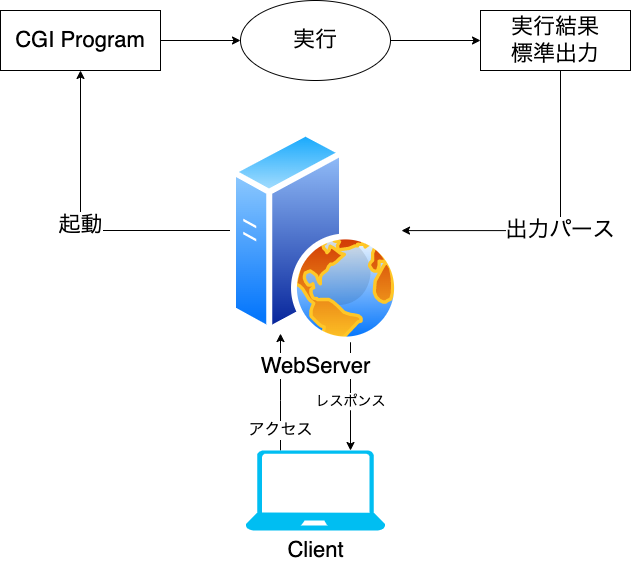
The draw.io diagram cgi-image.drawio.png in public-jun/figure, before a commit. Source tidied: cells renumbered, new cells last; positions are measured from the earlier drawing's top-left corner, leaving out a move shared by most shapes. Source of this version:
```xml
<mxGraphModel>
  <root>
    <mxCell id="0" />
    <mxCell id="1" parent="0" />
    <mxCell id="2" value="アクセス" style="edgeStyle=orthogonalEdgeStyle;rounded=0;jettySize=auto;html=1;fontSize=16;" parent="1" edge="1" source="3" target="7">
      <mxGeometry x="-0.66" relative="1" as="geometry">
        <Array as="points">
          <mxPoint x="280" y="400" />
          <mxPoint x="280" y="400" />
        </Array>
      </mxGeometry>
    </mxCell>
    <mxCell id="3" value="Client" style="verticalLabelPosition=bottom;html=1;verticalAlign=top;align=center;strokeColor=none;fillColor=#00BEF2;shape=mxgraph.azure.laptop;fontSize=22;" parent="1" vertex="1">
      <mxGeometry x="245" y="450" width="140" height="80" as="geometry" />
    </mxCell>
    <mxCell id="4" value="起動" style="edgeStyle=orthogonalEdgeStyle;rounded=0;jettySize=auto;html=1;entryX=0.5;entryY=1;entryDx=0;entryDy=0;fontSize=22;" parent="1" edge="1" source="7" target="9">
      <mxGeometry relative="1" as="geometry">
        <Array as="points">
          <mxPoint x="80" y="230" />
        </Array>
      </mxGeometry>
    </mxCell>
    <mxCell id="5" style="edgeStyle=orthogonalEdgeStyle;rounded=0;jettySize=auto;html=1;fontSize=22;" parent="1" edge="1" source="7" target="3">
      <mxGeometry relative="1" as="geometry">
        <Array as="points">
          <mxPoint x="350" y="410" />
          <mxPoint x="350" y="410" />
        </Array>
      </mxGeometry>
    </mxCell>
    <mxCell id="6" value="レスポンス" style="edgeLabel;html=1;align=center;verticalAlign=middle;fontSize=14;" parent="5" vertex="1">
      <mxGeometry x="0.33" y="-1" relative="1" as="geometry">
        <mxPoint y="-11" as="offset" />
      </mxGeometry>
    </mxCell>
    <mxCell id="7" value="WebServer" style="perimeter=ellipsePerimeter;html=1;align=center;shadow=0;dashed=0;spacingTop=3;image;image=img/lib/active_directory/web_server.svg;fontSize=22;" parent="1" vertex="1">
      <mxGeometry x="230" y="130" width="170" height="212.5" as="geometry" />
    </mxCell>
    <mxCell id="8" style="edgeStyle=orthogonalEdgeStyle;rounded=0;jettySize=auto;html=1;fontSize=22;" parent="1" edge="1" source="9" target="11">
      <mxGeometry relative="1" as="geometry" />
    </mxCell>
    <mxCell id="9" value="CGI Program" style="rounded=0;whiteSpace=wrap;html=1;fontSize=22;" parent="1" vertex="1">
      <mxGeometry y="10" width="160" height="60" as="geometry" />
    </mxCell>
    <mxCell id="10" style="edgeStyle=orthogonalEdgeStyle;rounded=0;jettySize=auto;html=1;fontSize=22;" parent="1" edge="1" source="11" target="13">
      <mxGeometry relative="1" as="geometry" />
    </mxCell>
    <mxCell id="11" value="実行" style="ellipse;whiteSpace=wrap;html=1;fontSize=22;rounded=0;" parent="1" vertex="1">
      <mxGeometry x="240" width="150" height="80" as="geometry" />
    </mxCell>
    <mxCell id="12" value="出力パース" style="edgeStyle=orthogonalEdgeStyle;rounded=0;jettySize=auto;html=1;entryX=1.006;entryY=0.471;entryDx=0;entryDy=0;entryPerimeter=0;fontSize=22;" parent="1" edge="1" source="13" target="7">
      <mxGeometry relative="1" as="geometry">
        <Array as="points">
          <mxPoint x="560" y="230" />
        </Array>
      </mxGeometry>
    </mxCell>
    <mxCell id="13" value="実行結果&lt;br&gt;標準出力" style="whiteSpace=wrap;html=1;fontSize=22;rounded=0;" parent="1" vertex="1">
      <mxGeometry x="480" y="10" width="150" height="60" as="geometry" />
    </mxCell>
  </root>
</mxGraphModel>
```
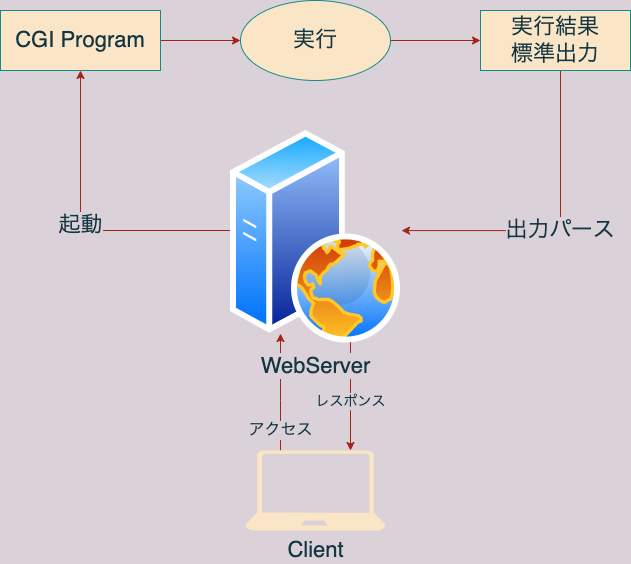
The same file after the commit.

Change to the diagram source:
```diff
@@ -1,8 +1,8 @@
-<mxGraphModel>
+<mxGraphModel background="#DAD2D8">
   <root>
     <mxCell id="0" />
     <mxCell id="1" parent="0" />
-    <mxCell id="2" value="アクセス" style="edgeStyle=orthogonalEdgeStyle;rounded=0;jettySize=auto;html=1;fontSize=16;" parent="1" edge="1" source="3" target="7">
+    <mxCell id="2" value="アクセス" style="edgeStyle=orthogonalEdgeStyle;rounded=0;jettySize=auto;html=1;fontSize=16;labelBackgroundColor=#DAD2D8;strokeColor=#A8201A;fontColor=#143642;" parent="1" edge="1" source="3" target="7">
       <mxGeometry x="-0.66" relative="1" as="geometry">
         <Array as="points">
           <mxPoint x="280" y="400" />
@@ -10,17 +10,17 @@
         </Array>
       </mxGeometry>
     </mxCell>
-    <mxCell id="3" value="Client" style="verticalLabelPosition=bottom;html=1;verticalAlign=top;align=center;strokeColor=none;fillColor=#00BEF2;shape=mxgraph.azure.laptop;fontSize=22;" parent="1" vertex="1">
+    <mxCell id="3" value="Client" style="verticalLabelPosition=bottom;html=1;verticalAlign=top;align=center;strokeColor=none;fillColor=#FAE5C7;shape=mxgraph.azure.laptop;fontSize=22;fontColor=#143642;" parent="1" vertex="1">
       <mxGeometry x="245" y="450" width="140" height="80" as="geometry" />
     </mxCell>
-    <mxCell id="4" value="起動" style="edgeStyle=orthogonalEdgeStyle;rounded=0;jettySize=auto;html=1;entryX=0.5;entryY=1;entryDx=0;entryDy=0;fontSize=22;" parent="1" edge="1" source="7" target="9">
+    <mxCell id="4" value="起動" style="edgeStyle=orthogonalEdgeStyle;jettySize=auto;html=1;entryX=0.5;entryY=1;entryDx=0;entryDy=0;fontSize=22;fillColor=#FAE5C7;strokeColor=#A8201A;rounded=1;labelBackgroundColor=#DAD2D8;fontColor=#143642;" parent="1" edge="1" source="7" target="9">
       <mxGeometry relative="1" as="geometry">
         <Array as="points">
           <mxPoint x="80" y="230" />
         </Array>
       </mxGeometry>
     </mxCell>
-    <mxCell id="5" style="edgeStyle=orthogonalEdgeStyle;rounded=0;jettySize=auto;html=1;fontSize=22;" parent="1" edge="1" source="7" target="3">
+    <mxCell id="5" style="edgeStyle=orthogonalEdgeStyle;rounded=0;jettySize=auto;html=1;fontSize=22;labelBackgroundColor=#DAD2D8;strokeColor=#A8201A;fontColor=#143642;" parent="1" edge="1" source="7" target="3">
       <mxGeometry relative="1" as="geometry">
         <Array as="points">
           <mxPoint x="350" y="410" />
@@ -28,34 +28,34 @@
         </Array>
       </mxGeometry>
     </mxCell>
-    <mxCell id="6" value="レスポンス" style="edgeLabel;html=1;align=center;verticalAlign=middle;fontSize=14;" parent="5" vertex="1">
+    <mxCell id="6" value="レスポンス" style="edgeLabel;html=1;align=center;verticalAlign=middle;fontSize=14;labelBackgroundColor=#DAD2D8;fontColor=#143642;" parent="5" vertex="1">
       <mxGeometry x="0.33" y="-1" relative="1" as="geometry">
         <mxPoint y="-11" as="offset" />
       </mxGeometry>
     </mxCell>
-    <mxCell id="7" value="WebServer" style="perimeter=ellipsePerimeter;html=1;align=center;shadow=0;dashed=0;spacingTop=3;image;image=img/lib/active_directory/web_server.svg;fontSize=22;" parent="1" vertex="1">
+    <mxCell id="7" value="WebServer" style="perimeter=ellipsePerimeter;html=1;align=center;shadow=0;dashed=0;spacingTop=3;image;image=img/lib/active_directory/web_server.svg;fontSize=22;labelBackgroundColor=#DAD2D8;fillColor=#FAE5C7;strokeColor=#0F8B8D;fontColor=#143642;" parent="1" vertex="1">
       <mxGeometry x="230" y="130" width="170" height="212.5" as="geometry" />
     </mxCell>
-    <mxCell id="8" style="edgeStyle=orthogonalEdgeStyle;rounded=0;jettySize=auto;html=1;fontSize=22;" parent="1" edge="1" source="9" target="11">
+    <mxCell id="8" style="edgeStyle=orthogonalEdgeStyle;rounded=0;jettySize=auto;html=1;fontSize=22;labelBackgroundColor=#DAD2D8;strokeColor=#A8201A;fontColor=#143642;" parent="1" edge="1" source="9" target="11">
       <mxGeometry relative="1" as="geometry" />
     </mxCell>
-    <mxCell id="9" value="CGI Program" style="rounded=0;whiteSpace=wrap;html=1;fontSize=22;" parent="1" vertex="1">
+    <mxCell id="9" value="CGI Program" style="rounded=0;whiteSpace=wrap;html=1;fontSize=22;fillColor=#FAE5C7;strokeColor=#0F8B8D;fontColor=#143642;" parent="1" vertex="1">
       <mxGeometry y="10" width="160" height="60" as="geometry" />
     </mxCell>
-    <mxCell id="10" style="edgeStyle=orthogonalEdgeStyle;rounded=0;jettySize=auto;html=1;fontSize=22;" parent="1" edge="1" source="11" target="13">
+    <mxCell id="10" style="edgeStyle=orthogonalEdgeStyle;rounded=0;jettySize=auto;html=1;fontSize=22;labelBackgroundColor=#DAD2D8;strokeColor=#A8201A;fontColor=#143642;" parent="1" edge="1" source="11" target="13">
       <mxGeometry relative="1" as="geometry" />
     </mxCell>
-    <mxCell id="11" value="実行" style="ellipse;whiteSpace=wrap;html=1;fontSize=22;rounded=0;" parent="1" vertex="1">
+    <mxCell id="11" value="実行" style="ellipse;whiteSpace=wrap;html=1;fontSize=22;rounded=0;fillColor=#FAE5C7;strokeColor=#0F8B8D;fontColor=#143642;" parent="1" vertex="1">
       <mxGeometry x="240" width="150" height="80" as="geometry" />
     </mxCell>
-    <mxCell id="12" value="出力パース" style="edgeStyle=orthogonalEdgeStyle;rounded=0;jettySize=auto;html=1;entryX=1.006;entryY=0.471;entryDx=0;entryDy=0;entryPerimeter=0;fontSize=22;" parent="1" edge="1" source="13" target="7">
+    <mxCell id="12" value="出力パース" style="edgeStyle=orthogonalEdgeStyle;rounded=0;jettySize=auto;html=1;entryX=1.006;entryY=0.471;entryDx=0;entryDy=0;entryPerimeter=0;fontSize=22;labelBackgroundColor=#DAD2D8;strokeColor=#A8201A;fontColor=#143642;" parent="1" edge="1" source="13" target="7">
       <mxGeometry relative="1" as="geometry">
         <Array as="points">
           <mxPoint x="560" y="230" />
         </Array>
       </mxGeometry>
     </mxCell>
-    <mxCell id="13" value="実行結果&lt;br&gt;標準出力" style="whiteSpace=wrap;html=1;fontSize=22;rounded=0;" parent="1" vertex="1">
+    <mxCell id="13" value="実行結果&lt;br&gt;標準出力" style="whiteSpace=wrap;html=1;fontSize=22;rounded=0;fillColor=#FAE5C7;strokeColor=#0F8B8D;fontColor=#143642;" parent="1" vertex="1">
       <mxGeometry x="480" y="10" width="150" height="60" as="geometry" />
     </mxCell>
   </root>
```
